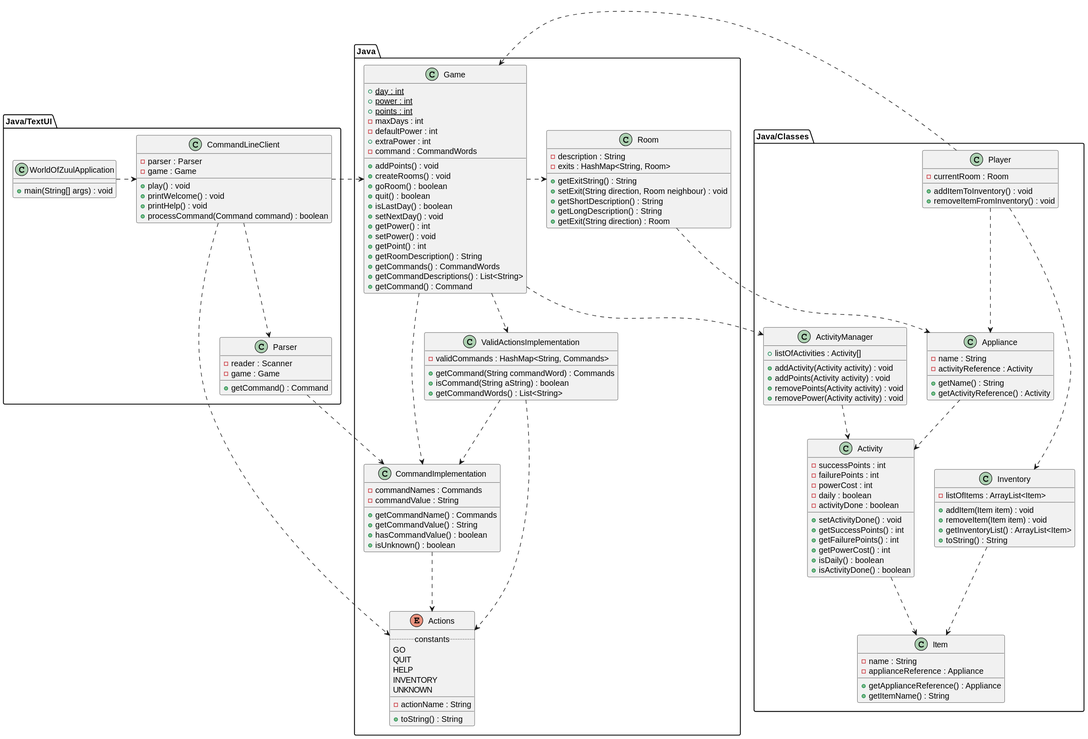
This is PUML/PUML_version_3_esports/Diagram_version_3.svg from midnightrocket-archive/SemesterProject1, a PlantUML export, as it was before one commit.
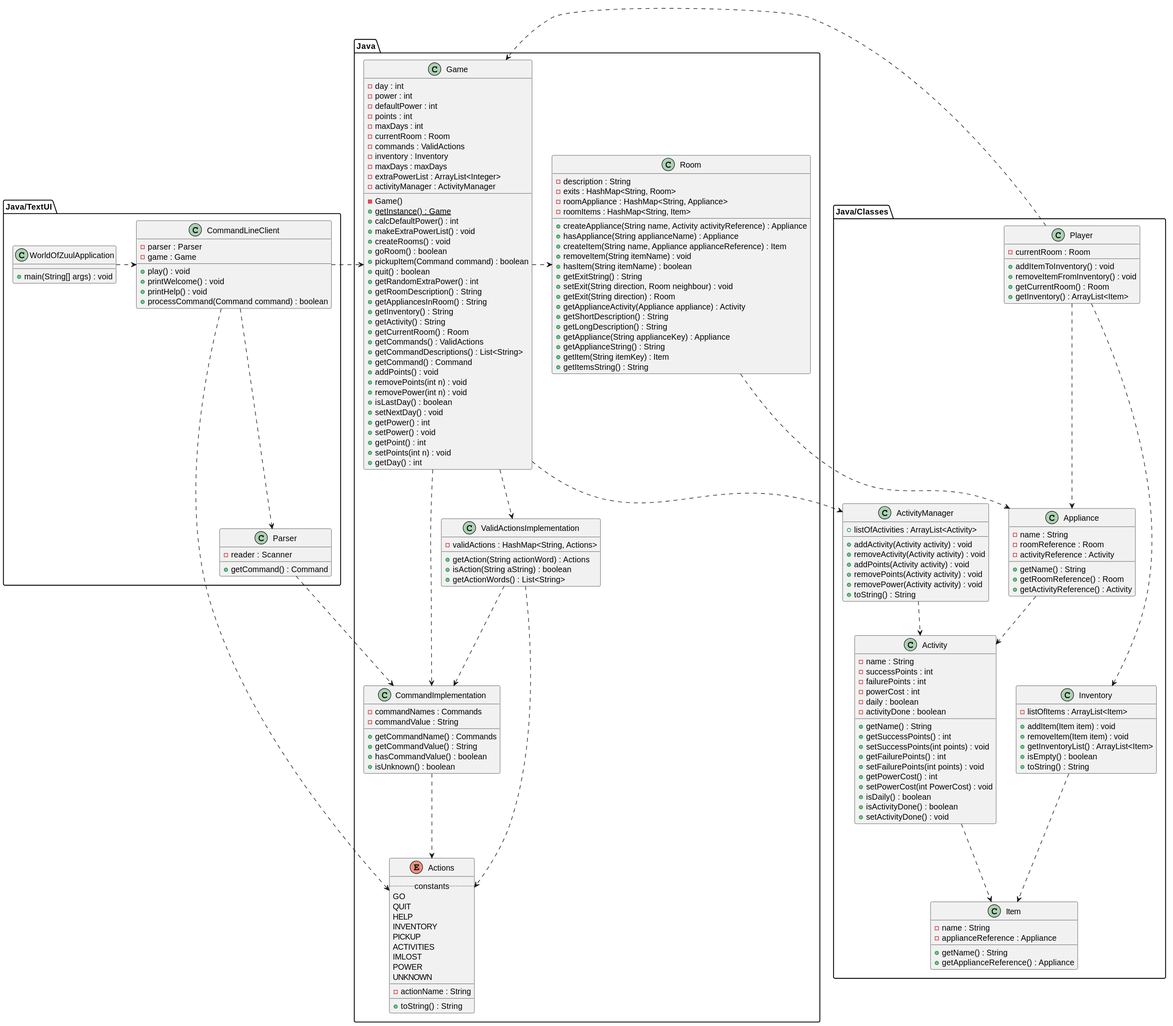
After the change.

What changed in the source:
```diff
@@ -2,37 +2,66 @@
 
 package "Java" {
 	class Game {
-		+ {static} day : int
-		+ {static} power : int
-		+ {static} points : int
+		- day : int
+		- power : int
+		- defaultPower : int
+		- points : int
 		- maxDays : int
-		- defaultPower : int
-		+ extraPower : int
-		- command : CommandWords
-		+ addPoints() : void
+		- currentRoom : Room
+		- commands : ValidActions
+		- inventory : Inventory
+		- maxDays : maxDays
+		- extraPowerList : ArrayList<Integer>
+		- activityManager : ActivityManager
+		- Game()
+		+ {static} getInstance() : Game
+		+ calcDefaultPower() : int
+		+ makeExtraPowerList() : void
 		+ createRooms() : void
 		+ goRoom() : boolean
+		+ pickupItem(Command command) : boolean
 		+ quit() : boolean
+		+ getRandomExtraPower() : int
+		+ getRoomDescription() : String
+		+ getAppliancesInRoom() : String
+		+ getInventory() : String
+		+ getActivity() : String
+		+ getCurrentRoom() : Room
+		+ getCommands() : ValidActions
+		+ getCommandDescriptions() : List<String>
+		+ getCommand() : Command
+		+ addPoints() : void
+        + removePoints(int n) : void
+        + removePower(int n) : void
 		+ isLastDay() : boolean
 		+ setNextDay() : void
 		+ getPower() : int
 		+ setPower() : void
 		+ getPoint() : int
-		+ getRoomDescription() : String
-		+ getCommands() : CommandWords
-		+ getCommandDescriptions() : List<String>
-		+ getCommand() : Command
+        + setPoints(int n) : void
+        + getDay() : int
 	}
 
 	class Room {
 		- description : String
 		- exits : HashMap<String, Room>
+		- roomAppliance : HashMap<String, Appliance>
+		- roomItems : HashMap<String, Item>
+		+ createAppliance(String name, Activity activityReference) : Appliance
+		+ hasAppliance(String applianceName) : Appliance
+		+ createItem(String name, Appliance applianceReference) : Item
+		+ removeItem(String itemName) : void
+		+ hasItem(String itemName) : boolean
 		+ getExitString() : String
 		+ setExit(String direction, Room neighbour) : void
+		+ getExit(String direction) : Room
+		+ getApplianceActivity(Appliance appliance) : Activity
 		+ getShortDescription() : String
 		+ getLongDescription() : String
-		+ getExit(String direction) : Room
-
+		+ getAppliance(String applianceKey) : Appliance
+		+ getApplianceString() : String
+		+ getItem(String itemKey) : Item
+		+ getItemsString() : String
 	}
 
 
@@ -47,10 +76,10 @@
 
 
 	class ValidActionsImplementation {
-		- validCommands : HashMap<String, Commands>
-		+ getCommand(String commandWord) : Commands
-		+ isCommand(String aString) : boolean
-		+ getCommandWords() : List<String>
+		- validActions : HashMap<String, Actions>
+		+ getAction(String actionWord) : Actions
+		+ isAction(String aString) : boolean
+		+ getActionWords() : List<String>
 	}
 
 	enum Actions {
@@ -59,6 +88,10 @@
 		QUIT
 		HELP
 		INVENTORY
+		PICKUP
+		ACTIVITIES
+		IMLOST
+		POWER
 		UNKNOWN
 		__
 		- actionName : String
@@ -76,7 +109,6 @@
 
     class Parser {
         - reader : Scanner
-        - game : Game
         + getCommand() : Command
     }
 
@@ -97,6 +129,8 @@
 		- currentRoom : Room
 		+ addItemToInventory() : void
 		+ removeItemFromInventory() : void
+		+ getCurrentRoom() : Room
+		+ getInventory() : ArrayList<Item>
 	}
 
 
@@ -105,6 +139,7 @@
 		+ addItem(Item item) : void
 		+ removeItem(Item item) : void
 		+ getInventoryList() : ArrayList<Item>
+		+ isEmpty() : boolean
 		+ toString() : String
 	}
 
@@ -112,40 +147,49 @@
 	class Item {
 		- name : String
 		- applianceReference : Appliance
+		+ getName() : String
 		+ getApplianceReference() : Appliance
-		+ getItemName() : String
 	}
 
 
 	class Appliance {
 		- name : String
+		- roomReference : Room
 		- activityReference : Activity
 		+ getName() : String
+		+ getRoomReference() : Room
 		+ getActivityReference() : Activity
 	}
 
 
 	class ActivityManager {
-		+ listOfActivities : Activity[]
+		+ listOfActivities : ArrayList<Activity>
 		+ addActivity(Activity activity) : void
+		+ removeActivity(Activity activity) : void
 		+ addPoints(Activity activity) : void
 		+ removePoints(Activity activity) : void
 		+ removePower(Activity activity) : void
+		+ toString() : String
 	}
 
 
 	class Activity {
+	    - name : String
 		- successPoints : int
 		- failurePoints : int
 		- powerCost : int
 		- daily : boolean
 		- activityDone : boolean
-		+ setActivityDone() : void
+		+ getName() : String
 		+ getSuccessPoints() : int
+		+ setSuccessPoints(int points) : void
 		+ getFailurePoints() : int
+		+ setFailurePoints(int points) : void
 		+ getPowerCost() : int
+		+ setPowerCost(int PowerCost) : void
 		+ isDaily() : boolean
 		+ isActivityDone() : boolean
+		+ setActivityDone() : void
 	}
 }
 
```
